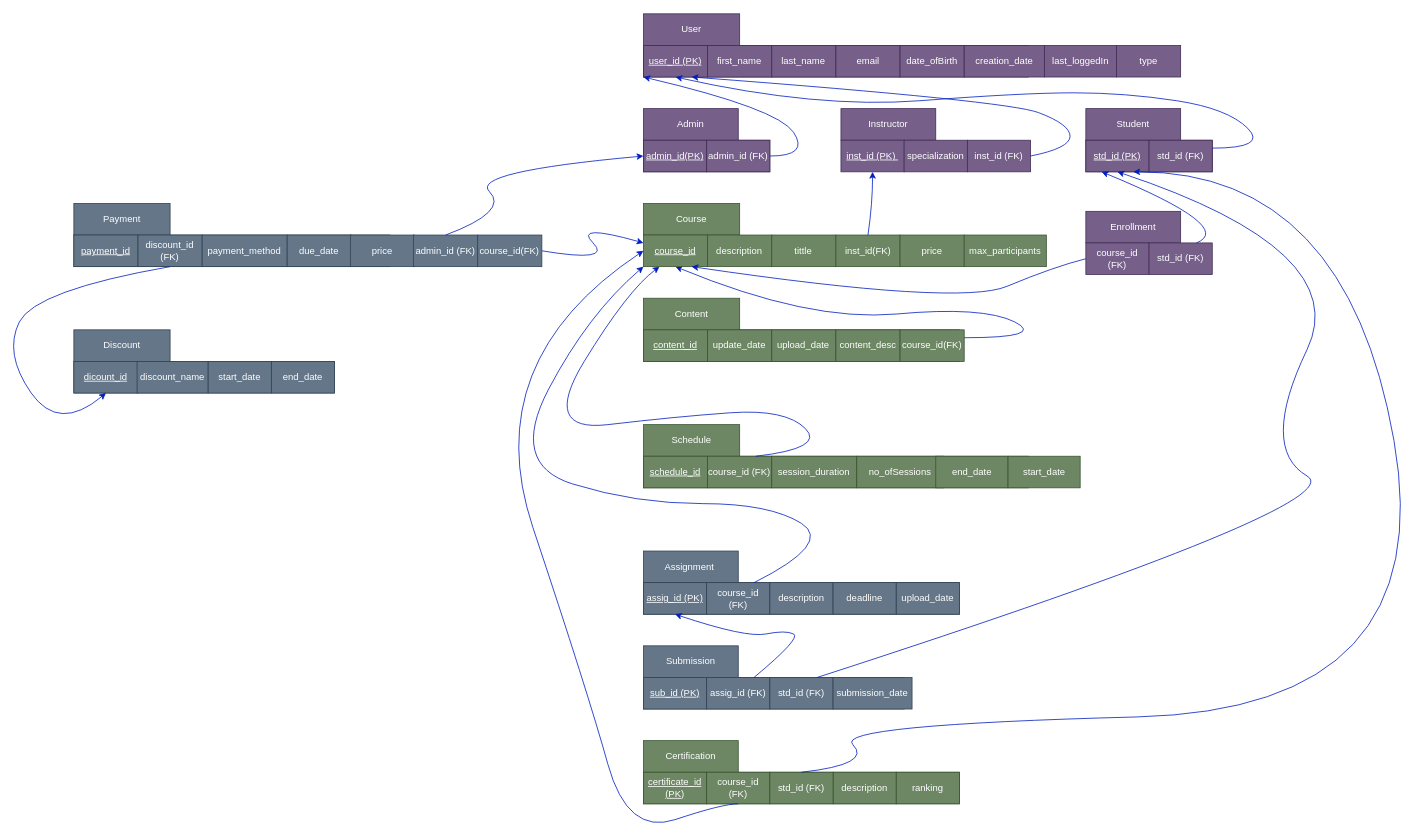
bekteshi-ina/DB-Project keeps this draw.io diagram as RelationalSchema1.drawio. Above is the earlier version. Source tidied: cells renumbered, new cells numbered last; positions are measured from the earlier drawing's top-left corner, leaving out a move shared by most shapes. Both pictures are drawn from the tidied source at 79%, with x=0, y=0 at pixel (3, 13).
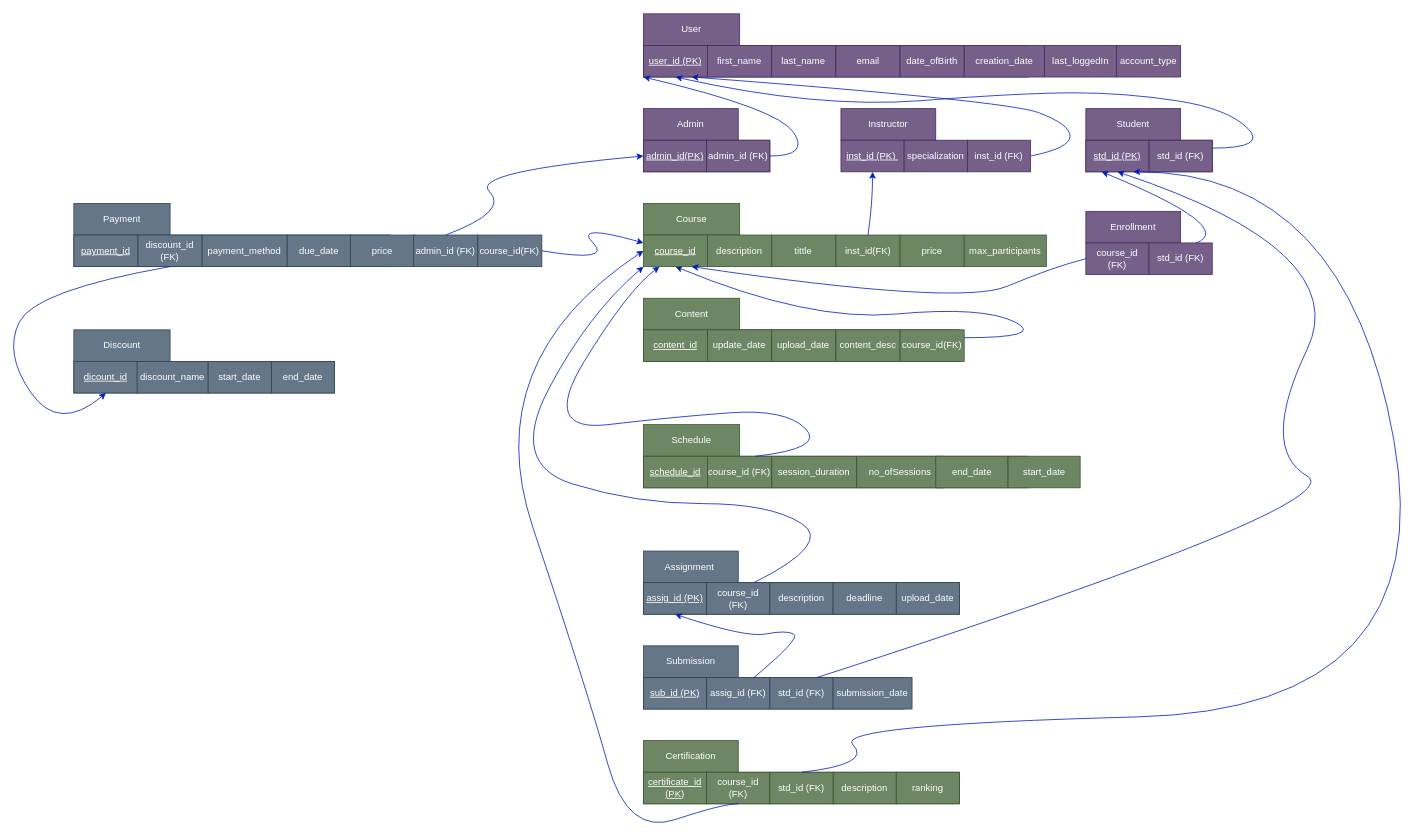
After the change.

Commit message (it also covers changes not shown here):
changed eer from type to account_type , sql syntax tables and insertion for user student admin instrocter course and changed on relation table

Unchanged cells that the change refers to:
```xml
<mxCell id="2" style="group;" parent="1" vertex="1">
  <mxGeometry x="810" width="680" height="80" as="geometry" />
</mxCell>
```

What changed in the source:
```diff
@@
-    <mxCell id="13" value="type" style="rounded=0;whiteSpace=wrap;html=1;fillColor=#76608a;strokeColor=#432D57;fontColor=#ffffff;" parent="2" vertex="1">
+    <mxCell id="13" value="account_type" style="rounded=0;whiteSpace=wrap;html=1;fillColor=#76608a;strokeColor=#432D57;fontColor=#ffffff;" parent="2" vertex="1">
       <mxGeometry x="598.8" y="40" width="81.2" height="40" as="geometry" />
     </mxCell>
```
